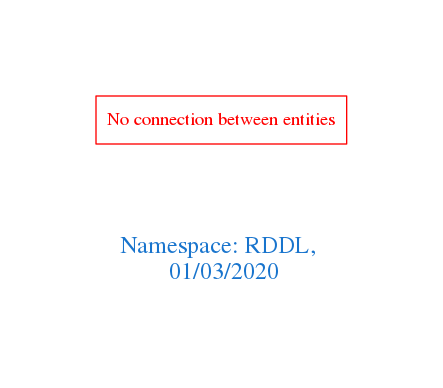
The Graphviz diagram downloads/RDDL.png in arago/OGIT, before a commit. Its source is kept beside it as downloads/RDDL.dot.
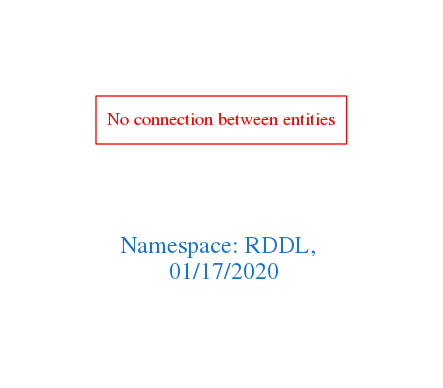
The same diagram one commit later.

What changed in the source:
```diff
@@ -1,7 +1,7 @@
 digraph OGIT_ontology {
  graph [ rankdir= LR,pad=1
 fontsize = 18,
-fontcolor= dodgerblue3,label = "\n\n\nNamespace: RDDL, \n 01/03/2020"];
+fontcolor= dodgerblue3,label = "\n\n\nNamespace: RDDL, \n 01/17/2020"];
 node[shape=polygon];
 edge [  color="gray81"];
 
```
